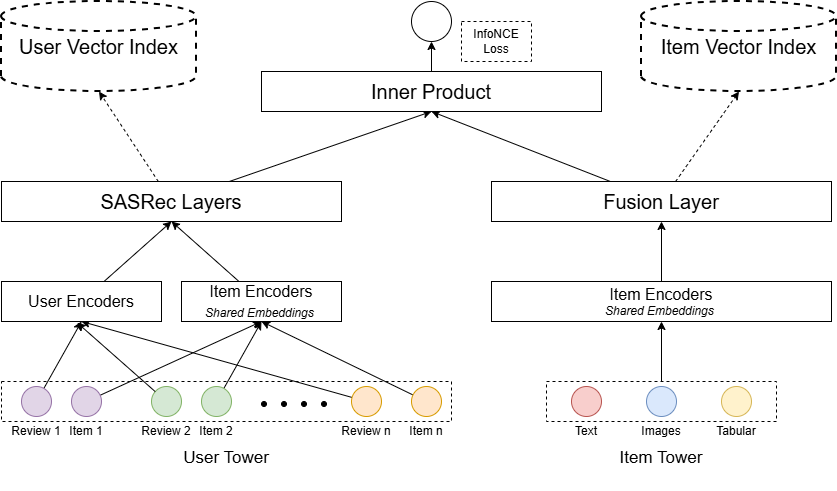
Before: Images/two_tower_model.png, a diagram exported from draw.io (QuocHuy1202/graduation_project). Source tidied: cells renumbered, new cells last; positions are measured from the earlier drawing's top-left corner, leaving out a move shared by most shapes.
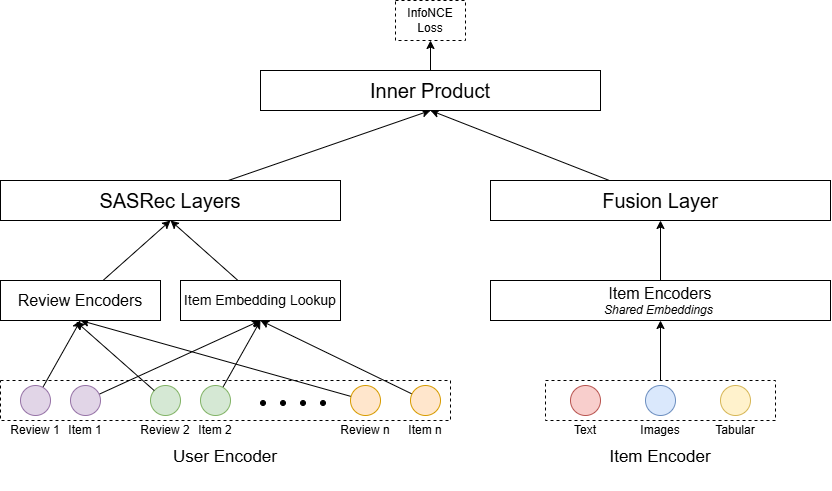
After the change.

Diff of the diagram source:
```diff
@@ -98,7 +98,7 @@
     <mxCell id="33" style="edgeStyle=none;shape=connector;rounded=0;jettySize=auto;html=1;entryX=0.5;entryY=1;entryDx=0;entryDy=0;strokeColor=default;align=center;verticalAlign=middle;fontFamily=Helvetica;fontSize=11;fontColor=default;labelBackgroundColor=default;endArrow=classic;" parent="1" edge="1" source="34" target="36">
       <mxGeometry relative="1" as="geometry" />
     </mxCell>
-    <mxCell id="34" value="&lt;span style=&quot;font-size: 16px;&quot;&gt;Item Encoders&lt;/span&gt;&lt;div&gt;&lt;i&gt;Shared Embeddings&amp;nbsp;&lt;/i&gt;&lt;span style=&quot;font-size: 16px;&quot;&gt;&lt;/span&gt;&lt;/div&gt;" style="rounded=0;whiteSpace=wrap;html=1;" parent="1" vertex="1">
+    <mxCell id="34" value="Item Embedding Lookup" style="rounded=0;whiteSpace=wrap;html=1;fontSize=14;" parent="1" vertex="1">
       <mxGeometry x="180" y="280" width="160" height="40" as="geometry" />
     </mxCell>
     <mxCell id="35" style="rounded=0;jettySize=auto;html=1;entryX=0.5;entryY=1;entryDx=0;entryDy=0;" parent="1" edge="1" source="36" target="38">
@@ -107,40 +107,25 @@
     <mxCell id="36" value="&lt;span style=&quot;font-size: 20px;&quot;&gt;SASRec Layers&lt;/span&gt;" style="rounded=0;whiteSpace=wrap;html=1;" parent="1" vertex="1">
       <mxGeometry y="180" width="340" height="40" as="geometry" />
     </mxCell>
-    <mxCell id="37" style="rounded=0;jettySize=auto;html=1;" parent="1" edge="1" source="38" target="39">
+    <mxCell id="37" style="rounded=0;jettySize=auto;html=1;entryX=0.5;entryY=1;entryDx=0;entryDy=0;" parent="1" edge="1" source="38" target="40">
       <mxGeometry relative="1" as="geometry" />
     </mxCell>
     <mxCell id="38" value="&lt;font style=&quot;font-size: 20px;&quot;&gt;Inner Product&lt;/font&gt;" style="rounded=0;whiteSpace=wrap;html=1;" parent="1" vertex="1">
       <mxGeometry x="260" y="70" width="340" height="40" as="geometry" />
     </mxCell>
-    <mxCell id="39" style="ellipse;whiteSpace=wrap;html=1;" parent="1" vertex="1">
-      <mxGeometry x="410" width="40" height="40" as="geometry" />
-    </mxCell>
     <mxCell id="40" value="InfoNCE Loss" style="rounded=0;whiteSpace=wrap;html=1;dashed=1;" parent="1" vertex="1">
-      <mxGeometry x="460" y="20" width="70" height="40" as="geometry" />
+      <mxGeometry x="395" width="70" height="40" as="geometry" />
     </mxCell>
-    <mxCell id="41" value="&lt;font style=&quot;font-size: 20px;&quot;&gt;User Vector Index&lt;/font&gt;" style="strokeWidth=2;html=1;shape=mxgraph.flowchart.database;whiteSpace=wrap;dashed=1;" parent="1" vertex="1">
-      <mxGeometry width="195" height="90" as="geometry" />
-    </mxCell>
-    <mxCell id="42" value="&lt;font style=&quot;font-size: 20px;&quot;&gt;Item Vector Index&lt;/font&gt;" style="strokeWidth=2;html=1;shape=mxgraph.flowchart.database;whiteSpace=wrap;dashed=1;" parent="1" vertex="1">
-      <mxGeometry x="640" width="195" height="90" as="geometry" />
-    </mxCell>
-    <mxCell id="43" style="rounded=0;jettySize=auto;html=1;entryX=0.5;entryY=1;entryDx=0;entryDy=0;entryPerimeter=0;dashed=1;" parent="1" edge="1" source="36" target="41">
-      <mxGeometry relative="1" as="geometry" />
-    </mxCell>
-    <mxCell id="44" style="rounded=0;jettySize=auto;html=1;entryX=0.5;entryY=1;entryDx=0;entryDy=0;entryPerimeter=0;dashed=1;" parent="1" edge="1" source="32" target="42">
-      <mxGeometry relative="1" as="geometry" />
-    </mxCell>
-    <mxCell id="45" value="&lt;div style=&quot;&quot;&gt;&lt;font style=&quot;font-size: 17px;&quot;&gt;User Tower&lt;/font&gt;&lt;/div&gt;" style="text;whiteSpace=wrap;html=1;align=center;" parent="1" vertex="1">
-      <mxGeometry x="130" y="440" width="190" height="50" as="geometry" />
+    <mxCell id="45" value="&lt;div style=&quot;&quot;&gt;&lt;font style=&quot;font-size: 17px;&quot;&gt;User Encoder&lt;/font&gt;&lt;/div&gt;" style="text;whiteSpace=wrap;html=1;align=center;" parent="1" vertex="1">
+      <mxGeometry x="130" y="440" width="190" height="40" as="geometry" />
     </mxCell>
-    <mxCell id="46" value="&lt;div style=&quot;&quot;&gt;&lt;font style=&quot;font-size: 17px;&quot;&gt;Item Tower&lt;/font&gt;&lt;/div&gt;" style="text;whiteSpace=wrap;html=1;align=center;rotation=0;" parent="1" vertex="1">
+    <mxCell id="46" value="&lt;div style=&quot;&quot;&gt;&lt;font style=&quot;font-size: 17px;&quot;&gt;Item Encoder&lt;/font&gt;&lt;/div&gt;" style="text;whiteSpace=wrap;html=1;align=center;rotation=0;" parent="1" vertex="1">
       <mxGeometry x="565" y="440" width="190" height="50" as="geometry" />
     </mxCell>
     <mxCell id="47" style="edgeStyle=none;shape=connector;rounded=0;jettySize=auto;html=1;entryX=0.5;entryY=1;entryDx=0;entryDy=0;strokeColor=default;align=center;verticalAlign=middle;fontFamily=Helvetica;fontSize=11;fontColor=default;labelBackgroundColor=default;endArrow=classic;" parent="1" edge="1" source="48" target="36">
       <mxGeometry relative="1" as="geometry" />
     </mxCell>
-    <mxCell id="48" value="&lt;span style=&quot;font-size: 16px;&quot;&gt;User Encoders&lt;/span&gt;" style="rounded=0;whiteSpace=wrap;html=1;" parent="1" vertex="1">
+    <mxCell id="48" value="&lt;span style=&quot;font-size: 16px;&quot;&gt;Review Encoders&lt;/span&gt;" style="rounded=0;whiteSpace=wrap;html=1;" parent="1" vertex="1">
       <mxGeometry y="280" width="160" height="40" as="geometry" />
     </mxCell>
     <mxCell id="49" value="Item n" style="text;html=1;whiteSpace=wrap;strokeColor=none;fillColor=none;align=center;verticalAlign=middle;rounded=0;" parent="1" vertex="1">
```
